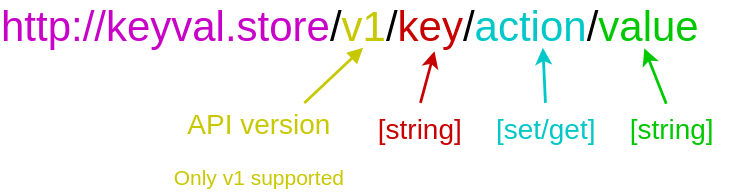
The draw.io diagram webfiles/api.svg in srleigh/keyval-store, before a commit. Source tidied: cells renumbered, new cells last; positions are measured from the earlier drawing's top-left corner, leaving out a move shared by most shapes.
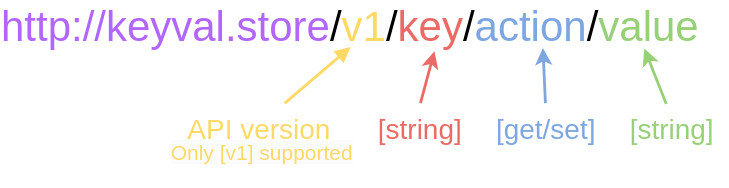
The same file after the commit.

What changed in the source:
```diff
@@ -2,34 +2,39 @@
   <root>
     <mxCell id="0" />
     <mxCell id="1" parent="0" />
-    <mxCell id="2" value="&lt;font style=&quot;font-size: 30px;&quot;&gt;&lt;font color=&quot;#c800c8&quot;&gt;http://keyval.store&lt;/font&gt;/&lt;font style=&quot;&quot; color=&quot;#c8c800&quot;&gt;v1&lt;/font&gt;/&lt;font style=&quot;&quot; color=&quot;#c80000&quot;&gt;key&lt;/font&gt;/&lt;font style=&quot;&quot; color=&quot;#00c8c8&quot;&gt;action&lt;/font&gt;/&lt;font style=&quot;&quot; color=&quot;#00c800&quot;&gt;value&lt;/font&gt;&lt;/font&gt;" style="text;html=1;strokeColor=none;fillColor=none;align=center;verticalAlign=middle;whiteSpace=wrap;rounded=0;" parent="1" vertex="1">
+    <mxCell id="2" value="&lt;font style=&quot;font-size: 30px;&quot;&gt;&lt;font color=&quot;#b266ff&quot;&gt;http://keyval.store&lt;/font&gt;/&lt;font color=&quot;#ffd966&quot;&gt;v1&lt;/font&gt;/&lt;font color=&quot;#ea6b66&quot;&gt;key&lt;/font&gt;/&lt;font color=&quot;#7ea6e0&quot;&gt;action&lt;/font&gt;/&lt;font color=&quot;#97d077&quot;&gt;value&lt;/font&gt;&lt;/font&gt;" style="text;html=1;strokeColor=none;fillColor=none;align=center;verticalAlign=middle;whiteSpace=wrap;rounded=0;" parent="1" vertex="1">
       <mxGeometry width="500" height="30" as="geometry" />
     </mxCell>
-    <mxCell id="3" value="&lt;font style=&quot;&quot; color=&quot;#c8c800&quot;&gt;&lt;span style=&quot;font-size: 20px;&quot;&gt;API version&lt;br&gt;&lt;/span&gt;&lt;font style=&quot;font-size: 15px;&quot;&gt;Only v1 supported&lt;/font&gt;&lt;br&gt;&lt;/font&gt;" style="text;html=1;strokeColor=none;fillColor=none;align=center;verticalAlign=middle;whiteSpace=wrap;rounded=0;fontSize=30;fontColor=#14ad00;" parent="1" vertex="1">
-      <mxGeometry x="90" y="70" width="190" height="60" as="geometry" />
+    <mxCell id="3" value="&lt;font color=&quot;#ffd966&quot;&gt;&lt;span style=&quot;font-size: 20px;&quot;&gt;API version&lt;/span&gt;&lt;br&gt;&lt;/font&gt;" style="text;html=1;strokeColor=none;fillColor=none;align=center;verticalAlign=middle;whiteSpace=wrap;rounded=0;fontSize=30;fontColor=#14ad00;" parent="1" vertex="1">
+      <mxGeometry x="90" y="70" width="190" height="30" as="geometry" />
     </mxCell>
-    <mxCell id="4" style="endArrow=block;html=1;rounded=1;fontSize=30;fontColor=#be0000;strokeColor=#c8c800;strokeWidth=2;endFill=1;entryX=0.518;entryY=1.021;entryDx=0;entryDy=0;entryPerimeter=0;" parent="1" edge="1" source="3" target="2">
-      <mxGeometry relative="1" as="geometry" />
+    <mxCell id="4" style="endArrow=block;html=1;rounded=1;fontSize=30;fontColor=#be0000;strokeColor=#FFD966;strokeWidth=2;endFill=1;exitX=0.594;exitY=0.007;exitDx=0;exitDy=0;exitPerimeter=0;" parent="1" edge="1" source="3">
+      <mxGeometry relative="1" as="geometry">
+        <mxPoint x="250" y="30" as="targetPoint" />
+      </mxGeometry>
     </mxCell>
-    <mxCell id="5" value="&lt;font style=&quot;font-size: 20px;&quot; color=&quot;#c80000&quot;&gt;[string]&lt;/font&gt;" style="text;html=1;strokeColor=none;fillColor=none;align=center;verticalAlign=middle;whiteSpace=wrap;rounded=0;fontSize=30;fontColor=#14ad00;" parent="1" vertex="1">
+    <mxCell id="5" value="&lt;font color=&quot;#ea6b66&quot; style=&quot;font-size: 20px;&quot;&gt;[string]&lt;/font&gt;" style="text;html=1;strokeColor=none;fillColor=none;align=center;verticalAlign=middle;whiteSpace=wrap;rounded=0;fontSize=30;fontColor=#14ad00;" parent="1" vertex="1">
       <mxGeometry x="260" y="70" width="80" height="30" as="geometry" />
     </mxCell>
-    <mxCell id="6" style="endArrow=classic;html=1;rounded=0;strokeColor=#c80000;strokeWidth=2;fontSize=30;fontColor=#c80000;entryX=0.62;entryY=1.1;entryDx=0;entryDy=0;entryPerimeter=0;exitX=0.5;exitY=0;exitDx=0;exitDy=0;" parent="1" edge="1" source="5" target="2">
+    <mxCell id="6" style="endArrow=classic;html=1;rounded=0;strokeColor=#EA6B66;strokeWidth=2;fontSize=30;fontColor=#c80000;entryX=0.62;entryY=1.1;entryDx=0;entryDy=0;entryPerimeter=0;exitX=0.5;exitY=0;exitDx=0;exitDy=0;" parent="1" edge="1" source="5" target="2">
       <mxGeometry relative="1" as="geometry" />
     </mxCell>
-    <mxCell id="7" value="&lt;font color=&quot;#00c8c8&quot;&gt;&lt;span style=&quot;font-size: 20px;&quot;&gt;[set/get]&lt;/span&gt;&lt;/font&gt;" style="text;html=1;strokeColor=none;fillColor=none;align=center;verticalAlign=middle;whiteSpace=wrap;rounded=0;fontSize=30;fontColor=#14ad00;" parent="1" vertex="1">
+    <mxCell id="7" value="&lt;span style=&quot;font-size: 20px;&quot;&gt;&lt;font color=&quot;#7ea6e0&quot;&gt;[get/set]&lt;/font&gt;&lt;/span&gt;" style="text;html=1;strokeColor=none;fillColor=none;align=center;verticalAlign=middle;whiteSpace=wrap;rounded=0;fontSize=30;fontColor=#14ad00;" parent="1" vertex="1">
       <mxGeometry x="350" y="70" width="80" height="30" as="geometry" />
     </mxCell>
-    <mxCell id="8" style="endArrow=classic;html=1;rounded=0;strokeColor=#00c8c8;strokeWidth=2;fontSize=30;fontColor=#c80000;entryX=0.775;entryY=1.021;entryDx=0;entryDy=0;entryPerimeter=0;" parent="1" edge="1" source="7" target="2">
+    <mxCell id="8" style="endArrow=classic;html=1;rounded=0;strokeColor=#7EA6E0;strokeWidth=2;fontSize=30;fontColor=#c80000;entryX=0.775;entryY=1.021;entryDx=0;entryDy=0;entryPerimeter=0;" parent="1" edge="1" source="7" target="2">
       <mxGeometry relative="1" as="geometry" />
     </mxCell>
-    <mxCell id="9" style="endArrow=classic;html=1;rounded=0;strokeColor=#00c800;strokeWidth=2;fontSize=30;fontColor=#c80000;entryX=0.775;entryY=1.021;entryDx=0;entryDy=0;entryPerimeter=0;exitX=0.446;exitY=0.021;exitDx=0;exitDy=0;exitPerimeter=0;" parent="1" edge="1" source="10">
+    <mxCell id="9" style="endArrow=classic;html=1;rounded=0;strokeColor=#97D077;strokeWidth=2;fontSize=30;fontColor=#c80000;entryX=0.775;entryY=1.021;entryDx=0;entryDy=0;entryPerimeter=0;exitX=0.446;exitY=0.021;exitDx=0;exitDy=0;exitPerimeter=0;" parent="1" edge="1" source="10">
       <mxGeometry relative="1" as="geometry">
         <mxPoint x="460" y="31" as="targetPoint" />
       </mxGeometry>
     </mxCell>
-    <mxCell id="10" value="&lt;font color=&quot;#00c800&quot; style=&quot;font-size: 20px;&quot;&gt;[string]&lt;/font&gt;" style="text;html=1;strokeColor=none;fillColor=none;align=center;verticalAlign=middle;whiteSpace=wrap;rounded=0;fontSize=30;fontColor=#14ad00;" parent="1" vertex="1">
+    <mxCell id="10" value="&lt;font color=&quot;#97d077&quot; style=&quot;font-size: 20px;&quot;&gt;[string]&lt;/font&gt;" style="text;html=1;strokeColor=none;fillColor=none;align=center;verticalAlign=middle;whiteSpace=wrap;rounded=0;fontSize=30;fontColor=#14ad00;" parent="1" vertex="1">
       <mxGeometry x="440" y="70" width="80" height="30" as="geometry" />
     </mxCell>
+    <mxCell id="11" value="&lt;font style=&quot;border-color: var(--border-color); color: rgb(255, 217, 102); font-family: Helvetica; font-style: normal; font-variant-ligatures: normal; font-variant-caps: normal; font-weight: 400; letter-spacing: normal; orphans: 2; text-align: center; text-indent: 0px; text-transform: none; widows: 2; word-spacing: 0px; -webkit-text-stroke-width: 0px; background-color: rgb(251, 251, 251); text-decoration-thickness: initial; text-decoration-style: initial; text-decoration-color: initial; font-size: 15px;&quot;&gt;Only [v1] supported&lt;/font&gt;" style="text;whiteSpace=wrap;html=1;fontColor=#FFD966;" parent="1" vertex="1">
+      <mxGeometry x="120" y="90" width="140" height="40" as="geometry" />
+    </mxCell>
   </root>
 </mxGraphModel>
```
